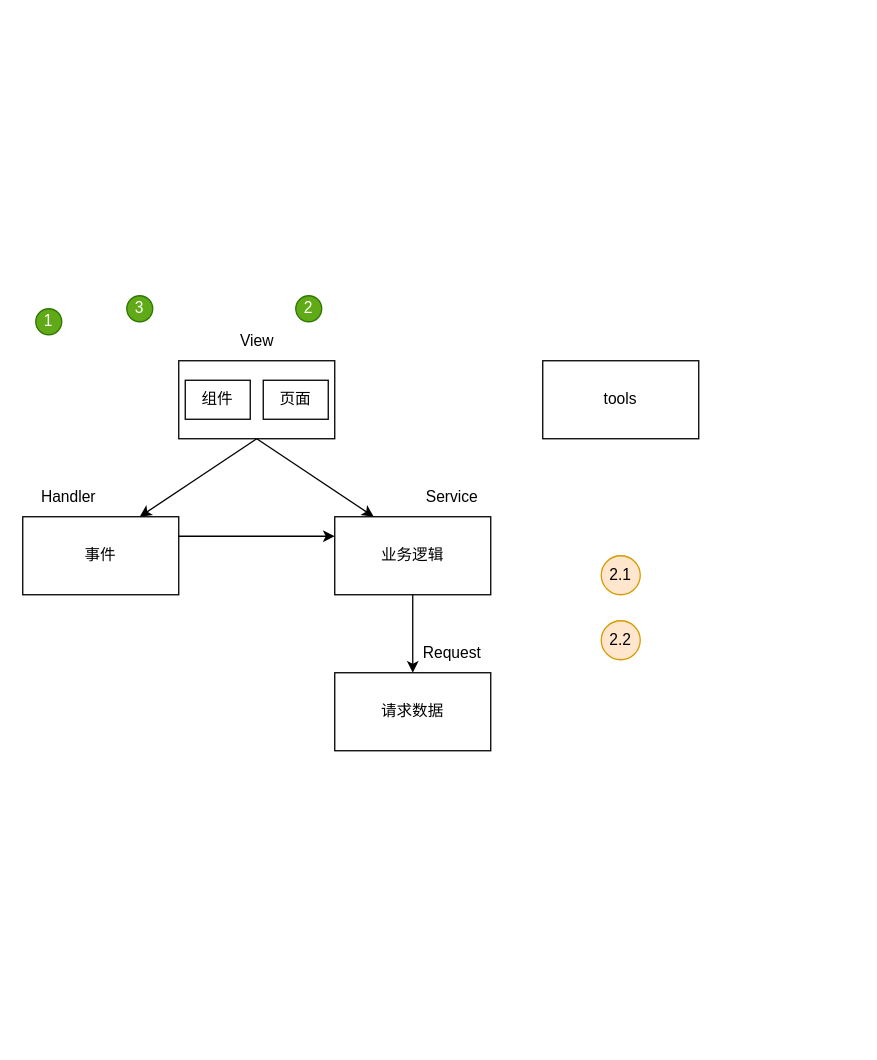
The draw.io diagram gp_front/readme/framework_mode.drawio in nokbita/graduation-project, before the edit. Source tidied: cells renumbered, new cells numbered last; positions are measured from the earlier drawing's top-left corner, leaving out a move shared by most shapes. Both pictures are drawn from the tidied source at 130%, with x=0, y=0 at pixel (22, 295).
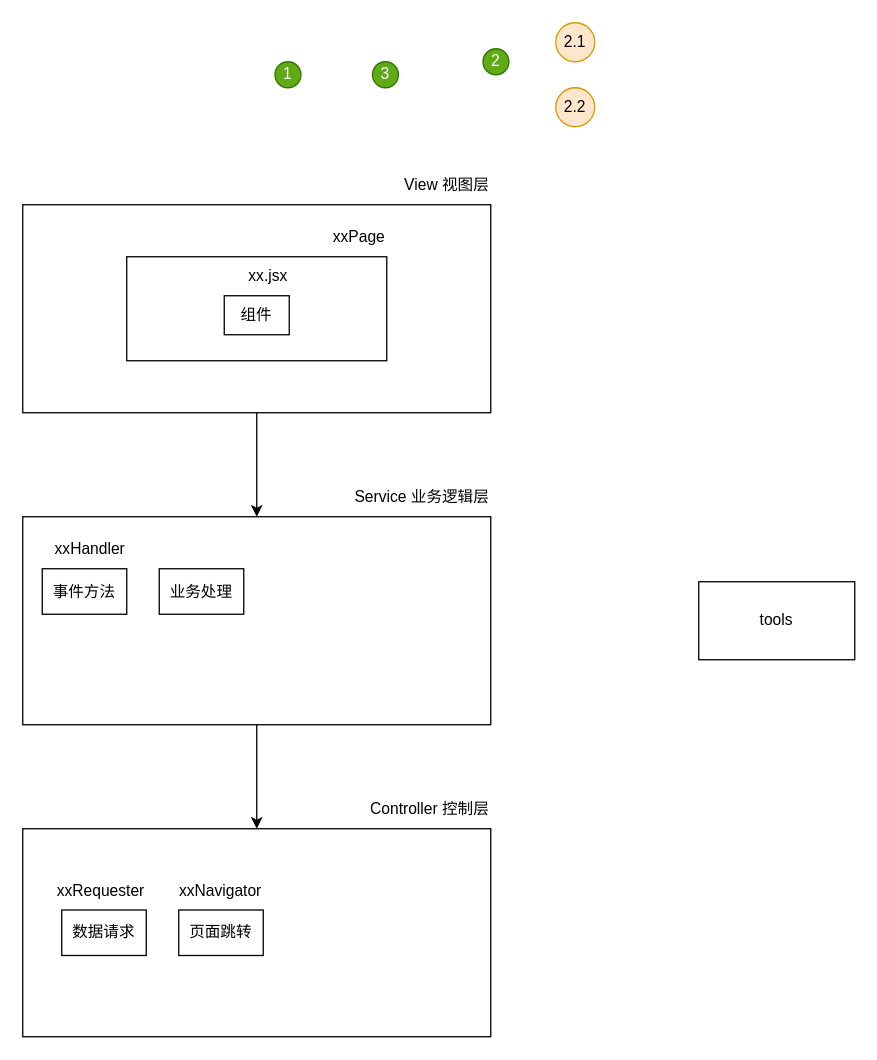
Above is the later version.

What changed in the source:
```diff
@@
-    <mxCell id="2" style="rounded=0;jettySize=auto;html=1;exitX=0.5;exitY=1;exitDx=0;exitDy=0;entryX=0.75;entryY=0;entryDx=0;entryDy=0;" parent="1" edge="1" source="18" target="5">
-      <mxGeometry relative="1" as="geometry" />
-    </mxCell>
-    <mxCell id="3" style="edgeStyle=none;rounded=0;jettySize=auto;html=1;exitX=0.5;exitY=1;exitDx=0;exitDy=0;entryX=0.25;entryY=0;entryDx=0;entryDy=0;" parent="1" edge="1" source="18" target="7">
-      <mxGeometry relative="1" as="geometry" />
-    </mxCell>
-    <mxCell id="4" style="edgeStyle=none;rounded=0;jettySize=auto;html=1;entryX=0;entryY=0.25;entryDx=0;entryDy=0;exitX=1;exitY=0.25;exitDx=0;exitDy=0;" parent="1" edge="1" source="5" target="7">
-      <mxGeometry relative="1" as="geometry" />
-    </mxCell>
-    <mxCell id="5" value="事件" style="rounded=0;whiteSpace=wrap;html=1;" parent="1" vertex="1">
-      <mxGeometry y="170" width="120" height="60" as="geometry" />
-    </mxCell>
-    <mxCell id="6" style="edgeStyle=none;rounded=0;jettySize=auto;html=1;entryX=0.5;entryY=0;entryDx=0;entryDy=0;exitX=0.5;exitY=1;exitDx=0;exitDy=0;" parent="1" edge="1" source="7" target="8">
-      <mxGeometry relative="1" as="geometry" />
-    </mxCell>
+    <mxCell id="23" style="edgeStyle=orthogonalEdgeStyle;rounded=0;jettySize=auto;html=1;" parent="1" edge="1" source="24" target="7">
+      <mxGeometry relative="1" as="geometry" />
+    </mxCell>
+    <mxCell id="24" style="rounded=0;whiteSpace=wrap;html=1;" parent="1" vertex="1">
+      <mxGeometry y="-70" width="360" height="160" as="geometry" />
+    </mxCell>
+    <mxCell id="25" style="edgeStyle=orthogonalEdgeStyle;rounded=0;jettySize=auto;html=1;" parent="1" edge="1" source="7" target="30">
+      <mxGeometry relative="1" as="geometry" />
+    </mxCell>
-    <mxCell id="7" value="业务逻辑" style="rounded=0;whiteSpace=wrap;html=1;" parent="1" vertex="1">
-      <mxGeometry x="240" y="170" width="120" height="60" as="geometry" />
+    <mxCell id="7" style="rounded=0;whiteSpace=wrap;html=1;" parent="1" vertex="1">
+      <mxGeometry y="170" width="360" height="160" as="geometry" />
     </mxCell>
-    <mxCell id="8" value="请求数据" style="rounded=0;whiteSpace=wrap;html=1;" parent="1" vertex="1">
-      <mxGeometry x="240" y="290" width="120" height="60" as="geometry" />
-    </mxCell>
-    <mxCell id="9" value="Handler" style="text;html=1;align=center;verticalAlign=middle;strokeColor=none;fillColor=none;" parent="1" vertex="1">
-      <mxGeometry y="140" width="70" height="30" as="geometry" />
-    </mxCell>
-    <mxCell id="10" value="Service" style="text;html=1;align=center;verticalAlign=middle;strokeColor=none;fillColor=none;" parent="1" vertex="1">
-      <mxGeometry x="300" y="140" width="60" height="30" as="geometry" />
+    <mxCell id="10" value="Service 业务逻辑层" style="text;html=1;align=right;verticalAlign=middle;strokeColor=none;fillColor=none;" parent="1" vertex="1">
+      <mxGeometry x="230" y="140" width="130" height="30" as="geometry" />
     </mxCell>
     <mxCell id="11" value="tools" style="rounded=0;whiteSpace=wrap;html=1;" parent="1" vertex="1">
-      <mxGeometry x="400" y="50" width="120" height="60" as="geometry" />
+      <mxGeometry x="520" y="220" width="120" height="60" as="geometry" />
     </mxCell>
     <mxCell id="12" value="1" style="ellipse;whiteSpace=wrap;html=1;fillColor=#60a917;fontColor=#ffffff;strokeColor=#2D7600;" parent="1" vertex="1">
-      <mxGeometry x="10" y="10" width="20" height="20" as="geometry" />
+      <mxGeometry x="194" y="-180" width="20" height="20" as="geometry" />
     </mxCell>
     <mxCell id="13" value="2" style="ellipse;whiteSpace=wrap;html=1;fillColor=#60a917;fontColor=#ffffff;strokeColor=#2D7600;" parent="1" vertex="1">
-      <mxGeometry x="210" width="20" height="20" as="geometry" />
+      <mxGeometry x="354" y="-190" width="20" height="20" as="geometry" />
     </mxCell>
     <mxCell id="14" value="3" style="ellipse;whiteSpace=wrap;html=1;fillColor=#60a917;fontColor=#ffffff;strokeColor=#2D7600;" parent="1" vertex="1">
-      <mxGeometry x="80" width="20" height="20" as="geometry" />
+      <mxGeometry x="269" y="-180" width="20" height="20" as="geometry" />
     </mxCell>
     <mxCell id="15" value="2.1" style="ellipse;whiteSpace=wrap;html=1;fillColor=#ffe6cc;strokeColor=#d79b00;" parent="1" vertex="1">
-      <mxGeometry x="445" y="200" width="30" height="30" as="geometry" />
+      <mxGeometry x="410" y="-210" width="30" height="30" as="geometry" />
     </mxCell>
     <mxCell id="16" value="2.2" style="ellipse;whiteSpace=wrap;html=1;fillColor=#ffe6cc;strokeColor=#d79b00;" parent="1" vertex="1">
-      <mxGeometry x="445" y="250" width="30" height="30" as="geometry" />
+      <mxGeometry x="410" y="-160" width="30" height="30" as="geometry" />
     </mxCell>
-    <mxCell id="17" style="group;" parent="1" vertex="1">
-      <mxGeometry x="120" y="20" width="120" height="90" as="geometry" />
-    </mxCell>
-    <mxCell id="18" style="rounded=0;whiteSpace=wrap;html=1;" parent="17" vertex="1">
-      <mxGeometry y="30" width="120" height="60" as="geometry" />
-    </mxCell>
+    <mxCell id="22" value="事件方法" style="rounded=0;whiteSpace=wrap;html=1;" parent="1" vertex="1">
+      <mxGeometry x="15" y="210" width="65" height="35" as="geometry" />
+    </mxCell>
+    <mxCell id="26" value="xxHandler" style="text;html=1;align=right;verticalAlign=middle;strokeColor=none;fillColor=none;" parent="1" vertex="1">
+      <mxGeometry y="180" width="80" height="30" as="geometry" />
+    </mxCell>
-    <mxCell id="19" value="View" style="text;html=1;align=center;verticalAlign=middle;strokeColor=none;fillColor=none;" parent="17" vertex="1">
-      <mxGeometry x="35" width="50" height="30" as="geometry" />
+    <mxCell id="19" value="View 视图层" style="text;html=1;align=right;verticalAlign=middle;strokeColor=none;fillColor=none;" parent="1" vertex="1">
+      <mxGeometry x="270" y="-100" width="90" height="30" as="geometry" />
     </mxCell>
+    <mxCell id="21" style="rounded=0;whiteSpace=wrap;html=1;" parent="1" vertex="1">
+      <mxGeometry x="80" y="-30" width="200" height="80" as="geometry" />
+    </mxCell>
+    <mxCell id="27" value="xxPage" style="text;html=1;align=right;verticalAlign=middle;strokeColor=none;fillColor=none;" parent="1" vertex="1">
+      <mxGeometry x="220" y="-60" width="60" height="30" as="geometry" />
+    </mxCell>
+    <mxCell id="28" value="xx.jsx" style="text;html=1;align=right;verticalAlign=middle;strokeColor=none;fillColor=none;" parent="1" vertex="1">
+      <mxGeometry x="155" y="-30" width="50" height="30" as="geometry" />
+    </mxCell>
+    <mxCell id="29" value="业务处理" style="rounded=0;whiteSpace=wrap;html=1;" parent="1" vertex="1">
+      <mxGeometry x="105" y="210" width="65" height="35" as="geometry" />
+    </mxCell>
+    <mxCell id="30" style="rounded=0;whiteSpace=wrap;html=1;" parent="1" vertex="1">
+      <mxGeometry y="410" width="360" height="160" as="geometry" />
+    </mxCell>
-    <mxCell id="20" value="组件" style="rounded=0;whiteSpace=wrap;html=1;" parent="17" vertex="1">
-      <mxGeometry x="5" y="45" width="50" height="30" as="geometry" />
+    <mxCell id="20" value="组件" style="rounded=0;whiteSpace=wrap;html=1;" parent="1" vertex="1">
+      <mxGeometry x="155" width="50" height="30" as="geometry" />
     </mxCell>
-    <mxCell id="21" value="页面" style="rounded=0;whiteSpace=wrap;html=1;" parent="17" vertex="1">
-      <mxGeometry x="65" y="45" width="50" height="30" as="geometry" />
-    </mxCell>
-    <mxCell id="22" value="Request" style="text;html=1;align=center;verticalAlign=middle;strokeColor=none;fillColor=none;" parent="1" vertex="1">
-      <mxGeometry x="295" y="260" width="70" height="30" as="geometry" />
-    </mxCell>
+    <mxCell id="31" value="Controller 控制层" style="text;html=1;align=right;verticalAlign=middle;strokeColor=none;fillColor=none;" parent="1" vertex="1">
+      <mxGeometry x="250" y="380" width="110" height="30" as="geometry" />
+    </mxCell>
+    <mxCell id="32" value="数据请求" style="rounded=0;whiteSpace=wrap;html=1;" parent="1" vertex="1">
+      <mxGeometry x="30" y="472.5" width="65" height="35" as="geometry" />
+    </mxCell>
+    <mxCell id="33" value="页面跳转" style="rounded=0;whiteSpace=wrap;html=1;" parent="1" vertex="1">
+      <mxGeometry x="120" y="472.5" width="65" height="35" as="geometry" />
+    </mxCell>
+    <mxCell id="34" value="xxRequester" style="text;html=1;align=right;verticalAlign=middle;strokeColor=none;fillColor=none;" parent="1" vertex="1">
+      <mxGeometry x="5" y="442.5" width="90" height="30" as="geometry" />
+    </mxCell>
+    <mxCell id="35" value="xxNavigator" style="text;html=1;align=right;verticalAlign=middle;strokeColor=none;fillColor=none;" parent="1" vertex="1">
+      <mxGeometry x="95" y="442.5" width="90" height="30" as="geometry" />
+    </mxCell>
```
